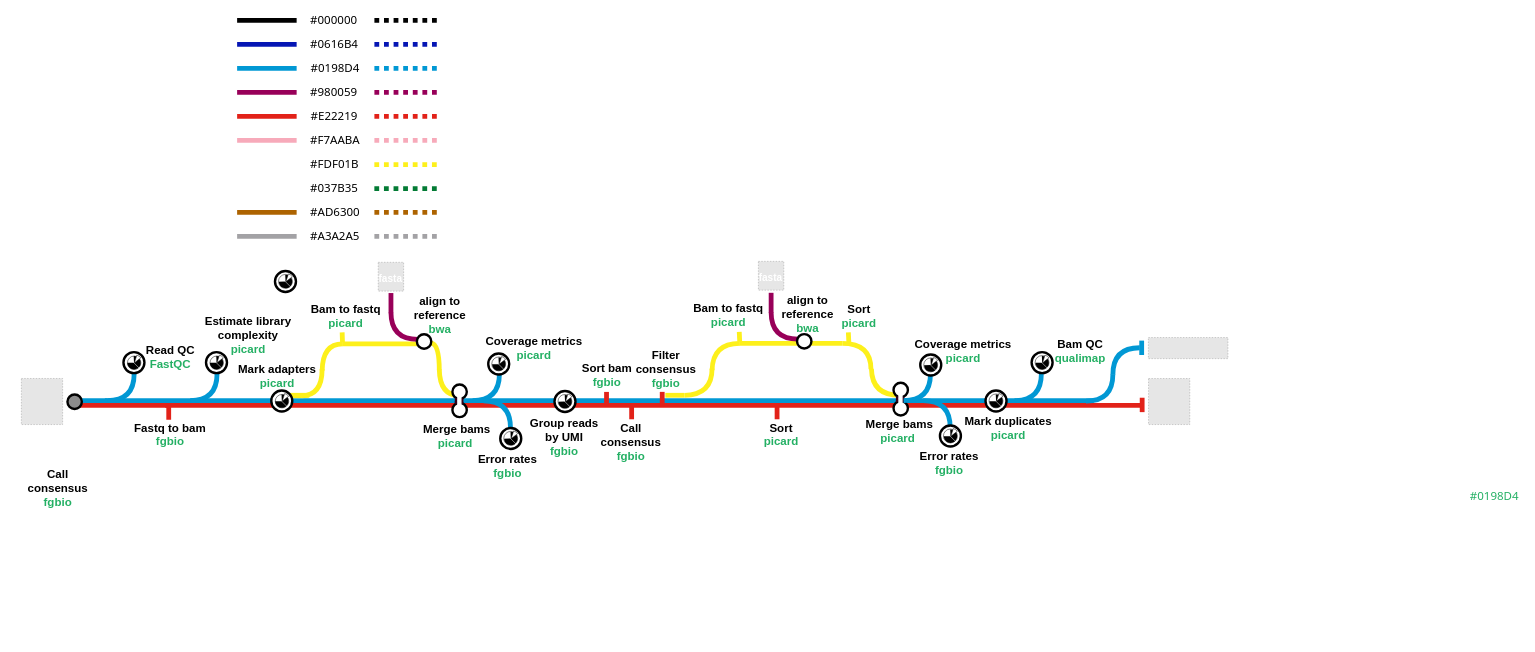
Before: assets/nf-core-umi.drawio in chelauk/nf-core-umi_preprocessing, a draw.io diagram. Source tidied: cells renumbered, new cells numbered last; positions are measured from the earlier drawing's top-left corner, leaving out a move shared by most shapes. Both pictures are drawn from the tidied source at 48%, with x=0, y=0 at pixel (13, 8). Pictures stored in the file or linked from it are replaced by grey dashed boxes.
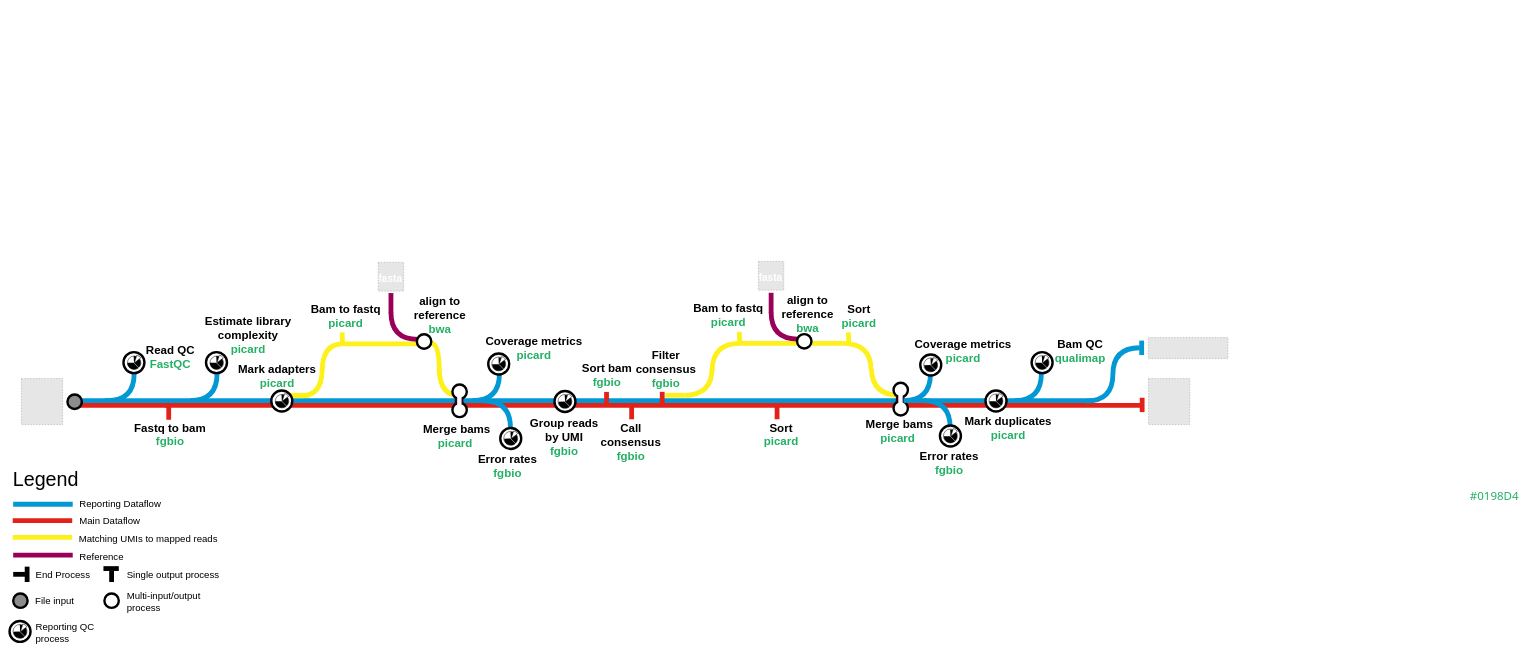
The same page after the edit.

What changed in the source:
```diff
@@
-    <mxCell id="4" value="&lt;font style=&quot;font-size: 24px&quot; face=&quot;Tahoma&quot;&gt;#FDF01B&lt;br&gt;&lt;/font&gt;" style="text;html=1;strokeColor=none;fillColor=none;align=left;verticalAlign=middle;whiteSpace=wrap;rounded=0;" parent="1" vertex="1">
-      <mxGeometry x="615.5" y="300" width="150" height="45" as="geometry" />
-    </mxCell>
-    <mxCell id="5" style="rounded=1;orthogonalLoop=1;jettySize=auto;html=1;exitX=1;exitY=0.5;exitDx=0;exitDy=0;endArrow=none;endFill=0;strokeColor=#AD6300;strokeWidth=10;fontColor=#0616B4;" parent="1" edge="1">
-      <mxGeometry relative="1" as="geometry">
-        <mxPoint x="465.5" y="425" as="sourcePoint" />
-        <mxPoint x="589.5" y="425" as="targetPoint" />
-      </mxGeometry>
-    </mxCell>
-    <mxCell id="6" style="rounded=1;orthogonalLoop=1;jettySize=auto;html=1;exitX=1;exitY=0.5;exitDx=0;exitDy=0;endArrow=none;endFill=0;strokeColor=#000000;strokeWidth=10;fontColor=#0616B4;" parent="1" edge="1">
-      <mxGeometry relative="1" as="geometry">
-        <mxPoint x="465.5" y="25" as="sourcePoint" />
-        <mxPoint x="589.5" y="25" as="targetPoint" />
-      </mxGeometry>
-    </mxCell>
-    <mxCell id="7" style="rounded=1;orthogonalLoop=1;jettySize=auto;html=1;exitX=1;exitY=0.5;exitDx=0;exitDy=0;endArrow=none;endFill=0;strokeColor=#0616B4;strokeWidth=10;fontColor=#0616B4;" parent="1" edge="1">
-      <mxGeometry relative="1" as="geometry">
-        <mxPoint x="465.5" y="75" as="sourcePoint" />
-        <mxPoint x="589.5" y="75" as="targetPoint" />
-      </mxGeometry>
-    </mxCell>
-    <mxCell id="8" style="rounded=1;orthogonalLoop=1;jettySize=auto;html=1;exitX=1;exitY=0.5;exitDx=0;exitDy=0;endArrow=none;endFill=0;strokeColor=#0198D4;strokeWidth=10;fontColor=#0616B4;" parent="1" edge="1">
-      <mxGeometry relative="1" as="geometry">
-        <mxPoint x="465.5" y="125" as="sourcePoint" />
-        <mxPoint x="589.5" y="125" as="targetPoint" />
-      </mxGeometry>
-    </mxCell>
-    <mxCell id="9" style="rounded=1;orthogonalLoop=1;jettySize=auto;html=1;exitX=1;exitY=0.5;exitDx=0;exitDy=0;endArrow=none;endFill=0;strokeColor=#980059;strokeWidth=10;fontColor=#0616B4;" parent="1" edge="1">
-      <mxGeometry relative="1" as="geometry">
-        <mxPoint x="465.5" y="175" as="sourcePoint" />
-        <mxPoint x="589.5" y="175" as="targetPoint" />
-      </mxGeometry>
-    </mxCell>
-    <mxCell id="10" style="rounded=1;orthogonalLoop=1;jettySize=auto;html=1;exitX=1;exitY=0.5;exitDx=0;exitDy=0;endArrow=none;endFill=0;strokeColor=#e22219;strokeWidth=10;fontColor=#0616B4;" parent="1" edge="1">
-      <mxGeometry relative="1" as="geometry">
-        <mxPoint x="465.5" y="225" as="sourcePoint" />
-        <mxPoint x="589.5" y="225" as="targetPoint" />
-      </mxGeometry>
-    </mxCell>
-    <mxCell id="11" style="rounded=1;orthogonalLoop=1;jettySize=auto;html=1;exitX=1;exitY=0.5;exitDx=0;exitDy=0;endArrow=none;endFill=0;strokeColor=#F7AABA;strokeWidth=10;fontColor=#0616B4;" parent="1" edge="1">
-      <mxGeometry relative="1" as="geometry">
-        <mxPoint x="465.5" y="275" as="sourcePoint" />
-        <mxPoint x="589.5" y="275" as="targetPoint" />
-      </mxGeometry>
-    </mxCell>
-    <mxCell id="12" style="rounded=1;orthogonalLoop=1;jettySize=auto;html=1;exitX=1;exitY=0.5;exitDx=0;exitDy=0;endArrow=none;endFill=0;strokeColor=#A3A2A5;strokeWidth=10;fontColor=#0616B4;" parent="1" edge="1">
-      <mxGeometry relative="1" as="geometry">
-        <mxPoint x="465.5" y="475" as="sourcePoint" />
-        <mxPoint x="589.5" y="475" as="targetPoint" />
-      </mxGeometry>
-    </mxCell>
-    <mxCell id="13" value="&lt;font style=&quot;font-size: 24px&quot; face=&quot;Tahoma&quot;&gt;#037B35&lt;br&gt;&lt;/font&gt;" style="text;html=1;strokeColor=none;fillColor=none;align=left;verticalAlign=middle;whiteSpace=wrap;rounded=0;" parent="1" vertex="1">
-      <mxGeometry x="615.5" y="350" width="150" height="45" as="geometry" />
-    </mxCell>
-    <mxCell id="14" value="&lt;font style=&quot;font-size: 24px&quot; face=&quot;Tahoma&quot;&gt;#AD6300&lt;br&gt;&lt;/font&gt;" style="text;html=1;strokeColor=none;fillColor=none;align=left;verticalAlign=middle;whiteSpace=wrap;rounded=0;" parent="1" vertex="1">
-      <mxGeometry x="615.5" y="400" width="150" height="45" as="geometry" />
-    </mxCell>
-    <mxCell id="15" value="&lt;font style=&quot;font-size: 24px&quot; face=&quot;Tahoma&quot;&gt;#A3A2A5&lt;br&gt;&lt;/font&gt;" style="text;html=1;strokeColor=none;fillColor=none;align=left;verticalAlign=middle;whiteSpace=wrap;rounded=0;" parent="1" vertex="1">
-      <mxGeometry x="615.5" y="450" width="150" height="45" as="geometry" />
-    </mxCell>
-    <mxCell id="16" value="&lt;font style=&quot;font-size: 24px&quot; face=&quot;Tahoma&quot;&gt;#F7AABA&lt;br&gt;&lt;/font&gt;" style="text;html=1;strokeColor=none;fillColor=none;align=left;verticalAlign=middle;whiteSpace=wrap;rounded=0;" parent="1" vertex="1">
-      <mxGeometry x="615.5" y="250" width="150" height="45" as="geometry" />
-    </mxCell>
-    <mxCell id="17" value="&lt;font style=&quot;font-size: 24px&quot; face=&quot;Tahoma&quot;&gt;#E22219&lt;br&gt;&lt;/font&gt;" style="text;html=1;strokeColor=none;fillColor=none;align=left;verticalAlign=middle;whiteSpace=wrap;rounded=0;" parent="1" vertex="1">
-      <mxGeometry x="616.5" y="200" width="150" height="45" as="geometry" />
-    </mxCell>
-    <mxCell id="18" value="&lt;font style=&quot;font-size: 24px&quot; face=&quot;Tahoma&quot;&gt;#980059&lt;br&gt;&lt;/font&gt;" style="text;html=1;strokeColor=none;fillColor=none;align=left;verticalAlign=middle;whiteSpace=wrap;rounded=0;" parent="1" vertex="1">
-      <mxGeometry x="615.5" y="150" width="150" height="45" as="geometry" />
-    </mxCell>
-    <mxCell id="19" value="&lt;font style=&quot;font-size: 24px&quot; face=&quot;Tahoma&quot;&gt;#0198D4&lt;br&gt;&lt;/font&gt;" style="text;html=1;strokeColor=none;fillColor=none;align=left;verticalAlign=middle;whiteSpace=wrap;rounded=0;" parent="1" vertex="1">
-      <mxGeometry x="616.5" y="100" width="150" height="45" as="geometry" />
-    </mxCell>
-    <mxCell id="20" value="&lt;font style=&quot;font-size: 24px&quot; face=&quot;Tahoma&quot;&gt;#0616B4&lt;br&gt;&lt;/font&gt;" style="text;html=1;strokeColor=none;fillColor=none;align=left;verticalAlign=middle;whiteSpace=wrap;rounded=0;" parent="1" vertex="1">
-      <mxGeometry x="615.5" y="50" width="150" height="45" as="geometry" />
-    </mxCell>
-    <mxCell id="21" value="&lt;font style=&quot;font-size: 24px&quot; face=&quot;Tahoma&quot;&gt;#000000&lt;br&gt;&lt;/font&gt;" style="text;html=1;strokeColor=none;fillColor=none;align=left;verticalAlign=middle;whiteSpace=wrap;rounded=0;" parent="1" vertex="1">
-      <mxGeometry x="615.5" width="150" height="45" as="geometry" />
-    </mxCell>
-    <mxCell id="22" style="rounded=1;orthogonalLoop=1;jettySize=auto;html=1;endArrow=none;endFill=0;strokeColor=#FDF01B;strokeWidth=10;dashed=1;dashPattern=1 1;" parent="1" edge="1">
-      <mxGeometry relative="1" as="geometry">
-        <mxPoint x="751.4" y="325.3" as="sourcePoint" />
-        <mxPoint x="886.5" y="325.3" as="targetPoint" />
-      </mxGeometry>
-    </mxCell>
-    <mxCell id="23" style="rounded=1;orthogonalLoop=1;jettySize=auto;html=1;exitX=1;exitY=0.5;exitDx=0;exitDy=0;endArrow=none;endFill=0;strokeColor=#037B35;strokeWidth=10;fontColor=#0616B4;dashed=1;dashPattern=1 1;" parent="1" edge="1">
-      <mxGeometry relative="1" as="geometry">
-        <mxPoint x="751.4" y="375.3" as="sourcePoint" />
-        <mxPoint x="886.5" y="375.3" as="targetPoint" />
-      </mxGeometry>
-    </mxCell>
-    <mxCell id="24" style="rounded=1;orthogonalLoop=1;jettySize=auto;html=1;exitX=1;exitY=0.5;exitDx=0;exitDy=0;endArrow=none;endFill=0;strokeColor=#AD6300;strokeWidth=10;fontColor=#0616B4;dashed=1;dashPattern=1 1;" parent="1" edge="1">
-      <mxGeometry relative="1" as="geometry">
-        <mxPoint x="751.5" y="425" as="sourcePoint" />
-        <mxPoint x="886.5" y="425" as="targetPoint" />
-      </mxGeometry>
-    </mxCell>
-    <mxCell id="25" style="rounded=1;orthogonalLoop=1;jettySize=auto;html=1;exitX=1;exitY=0.5;exitDx=0;exitDy=0;endArrow=none;endFill=0;strokeColor=#000000;strokeWidth=10;fontColor=#0616B4;dashed=1;dashPattern=1 1;" parent="1" edge="1">
-      <mxGeometry relative="1" as="geometry">
-        <mxPoint x="751.5" y="25" as="sourcePoint" />
-        <mxPoint x="886.5" y="25" as="targetPoint" />
-      </mxGeometry>
-    </mxCell>
-    <mxCell id="26" style="rounded=1;orthogonalLoop=1;jettySize=auto;html=1;exitX=1;exitY=0.5;exitDx=0;exitDy=0;endArrow=none;endFill=0;strokeColor=#0616B4;strokeWidth=10;fontColor=#0616B4;dashed=1;dashPattern=1 1;" parent="1" edge="1">
-      <mxGeometry relative="1" as="geometry">
-        <mxPoint x="751.5" y="75" as="sourcePoint" />
-        <mxPoint x="886.5" y="75" as="targetPoint" />
-      </mxGeometry>
-    </mxCell>
-    <mxCell id="27" style="rounded=1;orthogonalLoop=1;jettySize=auto;html=1;exitX=1;exitY=0.5;exitDx=0;exitDy=0;endArrow=none;endFill=0;strokeColor=#0198D4;strokeWidth=10;fontColor=#0616B4;dashed=1;dashPattern=1 1;" parent="1" edge="1">
-      <mxGeometry relative="1" as="geometry">
-        <mxPoint x="751.5" y="125" as="sourcePoint" />
-        <mxPoint x="886.5" y="125" as="targetPoint" />
-      </mxGeometry>
-    </mxCell>
-    <mxCell id="28" style="rounded=1;orthogonalLoop=1;jettySize=auto;html=1;exitX=1;exitY=0.5;exitDx=0;exitDy=0;endArrow=none;endFill=0;strokeColor=#980059;strokeWidth=10;fontColor=#0616B4;dashed=1;dashPattern=1 1;" parent="1" edge="1">
-      <mxGeometry relative="1" as="geometry">
-        <mxPoint x="751.5" y="175" as="sourcePoint" />
-        <mxPoint x="886.5" y="175" as="targetPoint" />
-      </mxGeometry>
-    </mxCell>
-    <mxCell id="29" style="rounded=1;orthogonalLoop=1;jettySize=auto;html=1;exitX=1;exitY=0.5;exitDx=0;exitDy=0;endArrow=none;endFill=0;strokeColor=#e22219;strokeWidth=10;fontColor=#0616B4;dashed=1;dashPattern=1 1;" parent="1" edge="1">
-      <mxGeometry relative="1" as="geometry">
-        <mxPoint x="751.5" y="225" as="sourcePoint" />
-        <mxPoint x="886.5" y="225" as="targetPoint" />
-      </mxGeometry>
-    </mxCell>
-    <mxCell id="30" style="rounded=1;orthogonalLoop=1;jettySize=auto;html=1;exitX=1;exitY=0.5;exitDx=0;exitDy=0;endArrow=none;endFill=0;strokeColor=#F7AABA;strokeWidth=10;fontColor=#0616B4;dashed=1;dashPattern=1 1;" parent="1" edge="1">
-      <mxGeometry relative="1" as="geometry">
-        <mxPoint x="751.5" y="275" as="sourcePoint" />
-        <mxPoint x="886.5" y="275" as="targetPoint" />
-      </mxGeometry>
-    </mxCell>
-    <mxCell id="31" style="rounded=1;orthogonalLoop=1;jettySize=auto;html=1;exitX=1;exitY=0.5;exitDx=0;exitDy=0;endArrow=none;endFill=0;strokeColor=#A3A2A5;strokeWidth=10;fontColor=#0616B4;dashed=1;dashPattern=1 1;" parent="1" edge="1">
-      <mxGeometry relative="1" as="geometry">
-        <mxPoint x="751.5" y="475" as="sourcePoint" />
-        <mxPoint x="886.5" y="475" as="targetPoint" />
-      </mxGeometry>
-    </mxCell>
@@
-    <mxCell id="138" value="&lt;div&gt;&lt;b&gt;&lt;font style=&quot;font-size: 24px&quot;&gt;Call &lt;br&gt;&lt;/font&gt;&lt;/b&gt;&lt;/div&gt;&lt;div&gt;&lt;b&gt;&lt;font style=&quot;font-size: 24px&quot;&gt;consensus&lt;br&gt;&lt;/font&gt;&lt;/b&gt;&lt;/div&gt;&lt;div style=&quot;font-size: 24px&quot;&gt;&lt;font color=&quot;#24B064&quot;&gt;&lt;b&gt;fgbio&lt;/b&gt;&lt;/font&gt;&lt;br&gt;&lt;/div&gt;" style="text;html=1;strokeColor=none;fillColor=none;align=center;verticalAlign=middle;whiteSpace=wrap;rounded=0;" parent="1" vertex="1">
-      <mxGeometry y="979" width="184" height="42.9" as="geometry" />
+    <mxCell id="138" value="&lt;font style=&quot;font-size: 41px&quot;&gt;Legend&lt;/font&gt;" style="text;html=1;strokeColor=none;fillColor=none;align=center;verticalAlign=middle;whiteSpace=wrap;rounded=0;" parent="1" vertex="1">
+      <mxGeometry x="-1" y="960" width="136" height="42.9" as="geometry" />
     </mxCell>
@@
     <mxCell id="146" style="group;" parent="1" vertex="1">
-      <mxGeometry x="543.7" y="545.9" width="46.7" height="47.1" as="geometry" />
+      <mxGeometry x="-9.3" y="1275" width="46.7" height="47.1" as="geometry" />
     </mxCell>
@@
+    <mxCell id="194" style="rounded=1;orthogonalLoop=1;jettySize=auto;html=1;exitX=1;exitY=0.5;exitDx=0;exitDy=0;endArrow=none;endFill=0;strokeColor=#0198D4;strokeWidth=10;fontColor=#0616B4;" parent="1" edge="1">
+      <mxGeometry relative="1" as="geometry">
+        <mxPoint x="-1" y="1033" as="sourcePoint" />
+        <mxPoint x="123" y="1033" as="targetPoint" />
+      </mxGeometry>
+    </mxCell>
+    <mxCell id="195" value="&lt;font style=&quot;font-size: 20px&quot;&gt;Reporting Dataflow&lt;/font&gt;" style="text;html=1;strokeColor=none;fillColor=none;align=left;verticalAlign=middle;whiteSpace=wrap;rounded=0;" parent="1" vertex="1">
+      <mxGeometry x="135" y="1009.9" width="185" height="45" as="geometry" />
+    </mxCell>
+    <mxCell id="196" style="rounded=1;orthogonalLoop=1;jettySize=auto;html=1;exitX=1;exitY=0.5;exitDx=0;exitDy=0;endArrow=none;endFill=0;strokeColor=#e22219;strokeWidth=10;fontColor=#0616B4;" parent="1" edge="1">
+      <mxGeometry relative="1" as="geometry">
+        <mxPoint x="-2" y="1067" as="sourcePoint" />
+        <mxPoint x="122" y="1067" as="targetPoint" />
+      </mxGeometry>
+    </mxCell>
+    <mxCell id="197" value="&lt;font style=&quot;font-size: 20px&quot;&gt;Main Dataflow&lt;br&gt;&lt;/font&gt;" style="text;html=1;strokeColor=none;fillColor=none;align=left;verticalAlign=middle;whiteSpace=wrap;rounded=0;" parent="1" vertex="1">
+      <mxGeometry x="135" y="1044.9" width="185" height="45" as="geometry" />
+    </mxCell>
+    <mxCell id="198" style="rounded=1;orthogonalLoop=1;jettySize=auto;html=1;endArrow=none;endFill=0;strokeColor=#FDF01B;strokeWidth=10;fontColor=#0616B4;" parent="1" edge="1">
+      <mxGeometry x="-470.2" y="675" as="geometry">
+        <mxPoint x="-2" y="1102" as="sourcePoint" />
+        <mxPoint x="122" y="1102" as="targetPoint" />
+      </mxGeometry>
+    </mxCell>
+    <mxCell id="199" value="&lt;font style=&quot;font-size: 20px&quot;&gt;Matching UMIs to mapped reads&lt;br&gt;&lt;/font&gt;" style="text;html=1;strokeColor=none;fillColor=none;align=left;verticalAlign=middle;whiteSpace=wrap;rounded=0;" parent="1" vertex="1">
+      <mxGeometry x="134" y="1081.9" width="314" height="45" as="geometry" />
+    </mxCell>
+    <mxCell id="200" style="rounded=1;orthogonalLoop=1;jettySize=auto;html=1;exitX=1;exitY=0.5;exitDx=0;exitDy=0;endArrow=none;endFill=0;strokeColor=#980059;strokeWidth=10;fontColor=#0616B4;" parent="1" edge="1">
+      <mxGeometry relative="1" as="geometry">
+        <mxPoint x="-1" y="1139" as="sourcePoint" />
+        <mxPoint x="123" y="1139" as="targetPoint" />
+      </mxGeometry>
+    </mxCell>
+    <mxCell id="201" value="&lt;font style=&quot;font-size: 20px&quot;&gt;Reference&lt;br&gt;&lt;/font&gt;" style="text;html=1;strokeColor=none;fillColor=none;align=left;verticalAlign=middle;whiteSpace=wrap;rounded=0;" parent="1" vertex="1">
+      <mxGeometry x="135" y="1118" width="185" height="45" as="geometry" />
+    </mxCell>
+    <mxCell id="202" value="&lt;font style=&quot;font-size: 20px&quot;&gt;End Process&lt;br&gt;&lt;/font&gt;" style="text;html=1;strokeColor=none;fillColor=none;align=left;verticalAlign=middle;whiteSpace=wrap;rounded=0;" parent="1" vertex="1">
+      <mxGeometry x="44" y="1157" width="185" height="45" as="geometry" />
+    </mxCell>
+    <mxCell id="203" value="&lt;font style=&quot;font-size: 20px&quot;&gt;Single output process&lt;br&gt;&lt;/font&gt;" style="text;html=1;strokeColor=none;fillColor=none;align=left;verticalAlign=middle;whiteSpace=wrap;rounded=0;" parent="1" vertex="1">
+      <mxGeometry x="234.4" y="1156.5" width="205.6" height="45" as="geometry" />
+    </mxCell>
+    <mxCell id="204" style="ellipse;whiteSpace=wrap;html=1;strokeWidth=5;fillColor=#8C8C8C;" parent="1" vertex="1">
+      <mxGeometry x="-1" y="1219" width="30" height="30" as="geometry" />
+    </mxCell>
+    <mxCell id="205" value="&lt;font style=&quot;font-size: 20px&quot;&gt;File input&lt;br&gt;&lt;/font&gt;" style="text;html=1;strokeColor=none;fillColor=none;align=left;verticalAlign=middle;whiteSpace=wrap;rounded=0;" parent="1" vertex="1">
+      <mxGeometry x="43" y="1211.5" width="125" height="45" as="geometry" />
+    </mxCell>
+    <mxCell id="206" style="ellipse;whiteSpace=wrap;html=1;strokeWidth=5;" parent="1" vertex="1">
+      <mxGeometry x="189" y="1219" width="30" height="30" as="geometry" />
+    </mxCell>
+    <mxCell id="207" style="rounded=1;orthogonalLoop=1;jettySize=auto;html=1;exitX=1;exitY=0.5;exitDx=0;exitDy=0;endArrow=none;endFill=0;strokeColor=#000000;strokeWidth=10;fontColor=#0616B4;" parent="1" edge="1">
+      <mxGeometry x="-251" y="762" as="geometry">
+        <mxPoint x="204" y="1195" as="sourcePoint" />
+        <mxPoint x="204" y="1171" as="targetPoint" />
+      </mxGeometry>
+    </mxCell>
+    <mxCell id="208" style="rounded=1;orthogonalLoop=1;jettySize=auto;html=1;endArrow=none;endFill=0;strokeColor=#000000;strokeWidth=10;fontColor=#0616B4;" parent="1" edge="1">
+      <mxGeometry x="-251" y="762" as="geometry">
+        <mxPoint x="187" y="1167" as="sourcePoint" />
+        <mxPoint x="219" y="1167" as="targetPoint" />
+      </mxGeometry>
+    </mxCell>
+    <mxCell id="12" style="rounded=1;orthogonalLoop=1;jettySize=auto;html=1;exitX=1;exitY=0.5;exitDx=0;exitDy=0;endArrow=none;endFill=0;strokeColor=#000000;strokeWidth=10;fontColor=#0616B4;" parent="1" edge="1">
+      <mxGeometry x="-441" y="760" as="geometry">
+        <mxPoint x="-1" y="1179" as="sourcePoint" />
+        <mxPoint x="24" y="1179" as="targetPoint" />
+      </mxGeometry>
+    </mxCell>
+    <mxCell id="209" style="rounded=1;orthogonalLoop=1;jettySize=auto;html=1;endArrow=none;endFill=0;strokeColor=#000000;strokeWidth=10;fontColor=#0616B4;" parent="1" edge="1">
+      <mxGeometry x="-441" y="760" as="geometry">
+        <mxPoint x="28" y="1163" as="sourcePoint" />
+        <mxPoint x="28" y="1195" as="targetPoint" />
+      </mxGeometry>
+    </mxCell>
+    <mxCell id="210" value="&lt;font style=&quot;font-size: 20px&quot;&gt;Multi-input/output process&lt;br&gt;&lt;/font&gt;" style="text;html=1;strokeColor=none;fillColor=none;align=left;verticalAlign=middle;whiteSpace=wrap;rounded=0;" parent="1" vertex="1">
+      <mxGeometry x="234.4" y="1212" width="205.6" height="45" as="geometry" />
+    </mxCell>
+    <mxCell id="211" value="&lt;font style=&quot;font-size: 20px&quot;&gt;Reporting QC process&lt;/font&gt;" style="text;html=1;strokeColor=none;fillColor=none;align=left;verticalAlign=middle;whiteSpace=wrap;rounded=0;" parent="1" vertex="1">
+      <mxGeometry x="44" y="1277.1" width="196" height="45" as="geometry" />
+    </mxCell>
```
